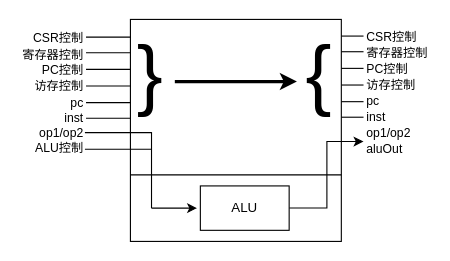
FurryAcetylCoA/biyelunwen keeps this draw.io diagram as assets/cpu_execute.drawio. Above is the earlier version. Source tidied: cells renumbered, new cells numbered last; positions are measured from the earlier drawing's top-left corner, leaving out a move shared by most shapes. Both pictures are drawn from the tidied source at 111%, with x=0, y=0 at pixel (19, 19).
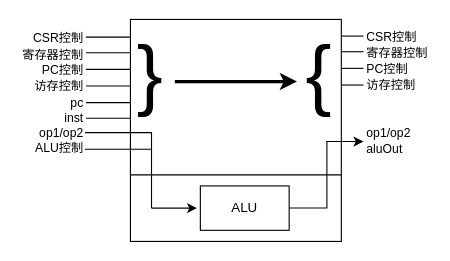
Above is the later version.

The change refers to these unchanged cells:
```xml
<mxCell id="22" style="group;" parent="1" vertex="1">
  <mxGeometry x="290" y="15" width="20" height="73.1" as="geometry" />
</mxCell>
```

Diff of the diagram source:
```diff
@@
-    <mxCell id="10" value="&lt;font style=&quot;font-size: 11px;&quot;&gt;CSR控制&lt;/font&gt;&lt;div&gt;&lt;span style=&quot;font-size: 11px;&quot;&gt;寄存器控制&lt;/span&gt;&lt;/div&gt;&lt;div&gt;&lt;span style=&quot;font-size: 11px;&quot;&gt;PC控制&lt;/span&gt;&lt;/div&gt;&lt;div&gt;&lt;span style=&quot;font-size: 11px;&quot;&gt;访存控制&lt;/span&gt;&lt;/div&gt;&lt;div style=&quot;&quot;&gt;&lt;span style=&quot;font-size: 11px;&quot;&gt;pc&lt;/span&gt;&lt;/div&gt;&lt;div&gt;&lt;span style=&quot;font-size: 11px;&quot;&gt;inst&lt;/span&gt;&lt;/div&gt;&lt;div&gt;&lt;span style=&quot;font-size: 11px;&quot;&gt;op1/op2&lt;/span&gt;&lt;/div&gt;&lt;div&gt;&lt;span style=&quot;font-size: 11px;&quot;&gt;aluOut&lt;/span&gt;&lt;/div&gt;" style="text;html=1;align=left;verticalAlign=middle;whiteSpace=wrap;rounded=0;" parent="1" vertex="1">
+    <mxCell id="10" value="&lt;font style=&quot;font-size: 11px;&quot;&gt;CSR控制&lt;/font&gt;&lt;div&gt;&lt;span style=&quot;font-size: 11px;&quot;&gt;寄存器控制&lt;/span&gt;&lt;/div&gt;&lt;div&gt;&lt;span style=&quot;font-size: 11px;&quot;&gt;PC控制&lt;/span&gt;&lt;/div&gt;&lt;div&gt;&lt;span style=&quot;font-size: 11px;&quot;&gt;访存控制&lt;/span&gt;&lt;/div&gt;&lt;div style=&quot;&quot;&gt;&lt;br&gt;&lt;/div&gt;&lt;div&gt;&lt;br&gt;&lt;/div&gt;&lt;div&gt;&lt;span style=&quot;font-size: 11px;&quot;&gt;op1/op2&lt;/span&gt;&lt;/div&gt;&lt;div&gt;&lt;span style=&quot;font-size: 11px;&quot;&gt;aluOut&lt;/span&gt;&lt;/div&gt;" style="text;html=1;align=left;verticalAlign=middle;whiteSpace=wrap;rounded=0;" parent="1" vertex="1">
       <mxGeometry x="311" y="1" width="60" height="130" as="geometry" />
     </mxCell>
@@
-    <mxCell id="27" style="endArrow=none;html=1;rounded=0;" parent="22" edge="1">
-      <mxGeometry relative="1" as="geometry">
-        <mxPoint y="59.1" as="sourcePoint" />
-        <mxPoint x="20" y="59.1" as="targetPoint" />
-      </mxGeometry>
-    </mxCell>
-    <mxCell id="28" style="endArrow=none;html=1;rounded=0;" parent="22" edge="1">
-      <mxGeometry relative="1" as="geometry">
-        <mxPoint y="73.1" as="sourcePoint" />
-        <mxPoint x="20" y="73.1" as="targetPoint" />
-      </mxGeometry>
-    </mxCell>
```
